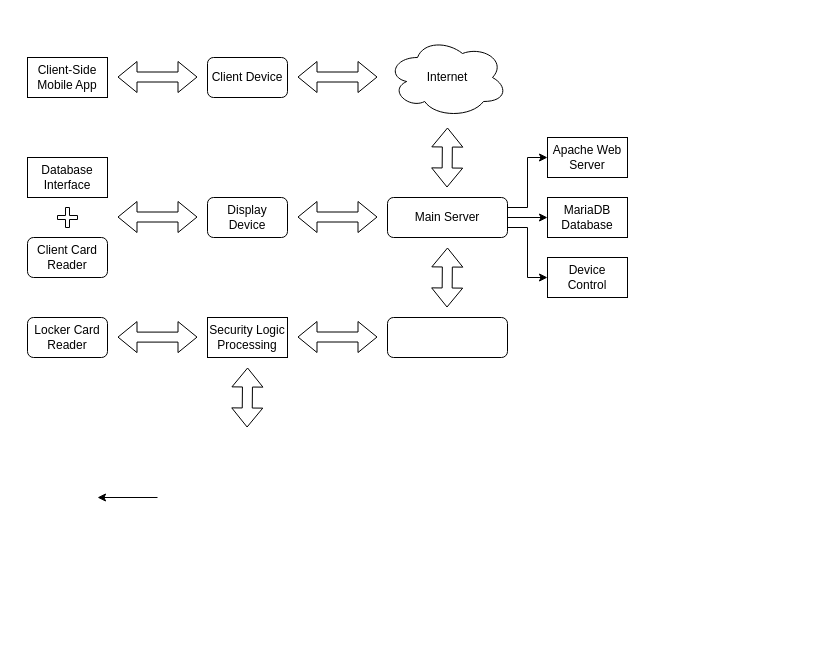
vchuuba/realeGugoal keeps this draw.io diagram as Diagramme sans nom.drawio. Above is the earlier version. Source tidied: cells renumbered, new cells numbered last; positions are measured from the earlier drawing's top-left corner, leaving out a move shared by most shapes. Both pictures are drawn from the tidied source at 100%, with x=0, y=0 at pixel (27, 37).
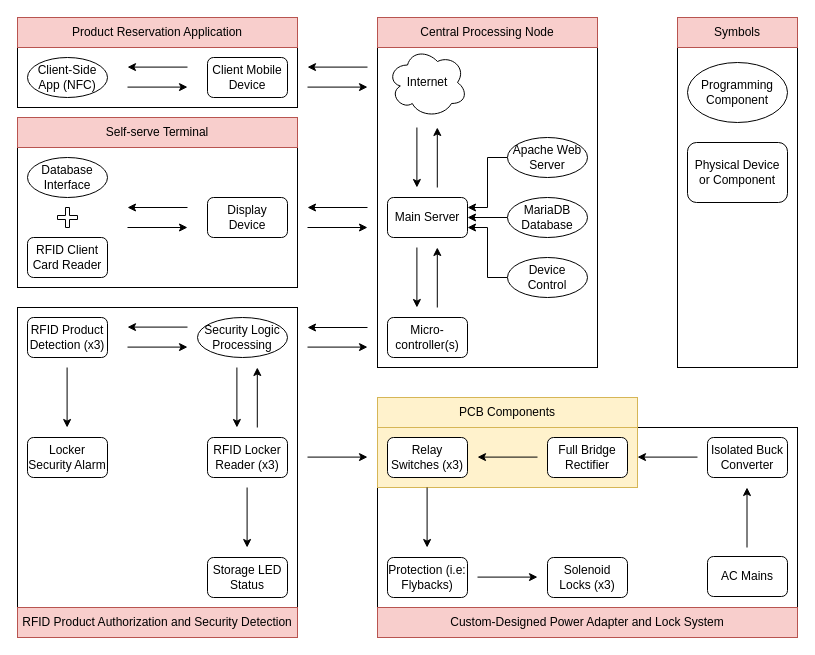
The same page after the edit.

Commit message:
Mettre à jour Diagramme sans nom.drawio

The edit, as a diff of the source:
```diff
@@
+    <mxCell id="29" style="rounded=0;whiteSpace=wrap;html=1;" parent="1" vertex="1">
+      <mxGeometry x="650" y="10" width="120" height="320" as="geometry" />
+    </mxCell>
+    <mxCell id="30" style="rounded=0;whiteSpace=wrap;html=1;" parent="1" vertex="1">
+      <mxGeometry x="350" y="390" width="420" height="180" as="geometry" />
+    </mxCell>
+    <mxCell id="31" style="rounded=0;whiteSpace=wrap;html=1;fillColor=#fff2cc;strokeColor=#d6b656;" parent="1" vertex="1">
+      <mxGeometry x="350" y="390" width="260" height="60" as="geometry" />
+    </mxCell>
+    <mxCell id="32" style="rounded=0;whiteSpace=wrap;html=1;" parent="1" vertex="1">
+      <mxGeometry x="350" y="10" width="220" height="320" as="geometry" />
+    </mxCell>
+    <mxCell id="33" style="rounded=0;whiteSpace=wrap;html=1;" parent="1" vertex="1">
+      <mxGeometry x="-10" y="270" width="280" height="300" as="geometry" />
+    </mxCell>
+    <mxCell id="34" style="rounded=0;whiteSpace=wrap;html=1;" parent="1" vertex="1">
+      <mxGeometry x="-10" y="110" width="280" height="140" as="geometry" />
+    </mxCell>
+    <mxCell id="35" style="rounded=0;whiteSpace=wrap;html=1;" parent="1" vertex="1">
+      <mxGeometry x="-10" y="10" width="280" height="60" as="geometry" />
+    </mxCell>
-    <mxCell id="2" value="Client Device" style="rounded=1;whiteSpace=wrap;html=1;" parent="1" vertex="1">
+    <mxCell id="2" value="Client Mobile Device" style="rounded=1;whiteSpace=wrap;html=1;" parent="1" vertex="1">
       <mxGeometry x="180" y="20" width="80" height="40" as="geometry" />
     </mxCell>
     <mxCell id="3" value="Internet" style="ellipse;shape=cloud;whiteSpace=wrap;html=1;" parent="1" vertex="1">
-      <mxGeometry x="360" width="120" height="80" as="geometry" />
+      <mxGeometry x="360" y="10" width="80" height="70" as="geometry" />
     </mxCell>
-    <mxCell id="4" style="shape=flexArrow;endArrow=classic;startArrow=classic;html=1;rounded=0;" parent="1" edge="1">
-      <mxGeometry relative="1" as="geometry">
-        <mxPoint x="270" y="39.5" as="sourcePoint" />
-        <mxPoint x="350" y="39.5" as="targetPoint" />
-      </mxGeometry>
-    </mxCell>
-    <mxCell id="5" style="shape=flexArrow;endArrow=classic;startArrow=classic;html=1;rounded=0;" parent="1" edge="1">
-      <mxGeometry relative="1" as="geometry">
-        <mxPoint x="419.5" y="150" as="sourcePoint" />
-        <mxPoint x="420" y="90" as="targetPoint" />
-      </mxGeometry>
-    </mxCell>
-    <mxCell id="6" style="edgeStyle=orthogonalEdgeStyle;rounded=0;jettySize=auto;html=1;" parent="1" edge="1" source="9" target="24">
-      <mxGeometry relative="1" as="geometry" />
-    </mxCell>
-    <mxCell id="7" style="edgeStyle=orthogonalEdgeStyle;rounded=0;jettySize=auto;html=1;exitX=1;exitY=0.25;exitDx=0;exitDy=0;entryX=0;entryY=0.5;entryDx=0;entryDy=0;" parent="1" edge="1" source="9" target="26">
-      <mxGeometry relative="1" as="geometry" />
-    </mxCell>
-    <mxCell id="8" style="edgeStyle=orthogonalEdgeStyle;rounded=0;jettySize=auto;html=1;exitX=1;exitY=0.75;exitDx=0;exitDy=0;entryX=0;entryY=0.5;entryDx=0;entryDy=0;" parent="1" edge="1" source="9" target="25">
-      <mxGeometry relative="1" as="geometry" />
-    </mxCell>
     <mxCell id="9" value="Main Server" style="rounded=1;whiteSpace=wrap;html=1;" parent="1" vertex="1">
-      <mxGeometry x="360" y="160" width="120" height="40" as="geometry" />
+      <mxGeometry x="360" y="160" width="80" height="40" as="geometry" />
     </mxCell>
-    <mxCell id="10" style="shape=flexArrow;endArrow=classic;startArrow=classic;html=1;rounded=0;" parent="1" edge="1">
-      <mxGeometry relative="1" as="geometry">
-        <mxPoint x="270" y="179.5" as="sourcePoint" />
-        <mxPoint x="350" y="179.5" as="targetPoint" />
-      </mxGeometry>
-    </mxCell>
@@
-    <mxCell id="12" value="&lt;div&gt;Client-Side&lt;/div&gt;&lt;div&gt;Mobile App&lt;/div&gt;" style="whiteSpace=wrap;html=1;" parent="1" vertex="1">
+    <mxCell id="12" value="&lt;div&gt;Client-Side&lt;/div&gt;&lt;div&gt;App (NFC)&lt;/div&gt;" style="ellipse;whiteSpace=wrap;html=1;" parent="1" vertex="1">
       <mxGeometry y="20" width="80" height="40" as="geometry" />
     </mxCell>
-    <mxCell id="13" style="shape=flexArrow;endArrow=classic;startArrow=classic;html=1;rounded=0;" parent="1" edge="1">
-      <mxGeometry relative="1" as="geometry">
-        <mxPoint x="90" y="39.5" as="sourcePoint" />
-        <mxPoint x="170" y="39.5" as="targetPoint" />
-      </mxGeometry>
-    </mxCell>
-    <mxCell id="14" style="shape=flexArrow;endArrow=classic;startArrow=classic;html=1;rounded=0;" parent="1" edge="1">
-      <mxGeometry relative="1" as="geometry">
-        <mxPoint x="90" y="179.5" as="sourcePoint" />
-        <mxPoint x="170" y="179.5" as="targetPoint" />
-      </mxGeometry>
-    </mxCell>
-    <mxCell id="15" value="Database Interface" style="whiteSpace=wrap;html=1;" parent="1" vertex="1">
+    <mxCell id="15" value="Database Interface" style="ellipse;whiteSpace=wrap;html=1;" parent="1" vertex="1">
       <mxGeometry y="120" width="80" height="40" as="geometry" />
     </mxCell>
-    <mxCell id="16" style="shape=flexArrow;endArrow=classic;startArrow=classic;html=1;rounded=0;" parent="1" edge="1">
-      <mxGeometry relative="1" as="geometry">
-        <mxPoint x="419.5" y="270" as="sourcePoint" />
-        <mxPoint x="420" y="210" as="targetPoint" />
-      </mxGeometry>
-    </mxCell>
-    <mxCell id="17" style="rounded=1;whiteSpace=wrap;html=1;" parent="1" vertex="1">
-      <mxGeometry x="360" y="280" width="120" height="40" as="geometry" />
+    <mxCell id="17" value="Micro-controller(s)" style="rounded=1;whiteSpace=wrap;html=1;" parent="1" vertex="1">
+      <mxGeometry x="360" y="280" width="80" height="40" as="geometry" />
     </mxCell>
-    <mxCell id="18" style="shape=flexArrow;endArrow=classic;startArrow=classic;html=1;rounded=0;" parent="1" edge="1">
-      <mxGeometry relative="1" as="geometry">
-        <mxPoint x="270" y="299.5" as="sourcePoint" />
-        <mxPoint x="350" y="299.5" as="targetPoint" />
-      </mxGeometry>
-    </mxCell>
-    <mxCell id="19" value="Security Logic Processing" style="whiteSpace=wrap;html=1;" parent="1" vertex="1">
-      <mxGeometry x="180" y="280" width="80" height="40" as="geometry" />
+    <mxCell id="19" value="Security Logic Processing" style="ellipse;whiteSpace=wrap;html=1;" parent="1" vertex="1">
+      <mxGeometry x="170" y="280" width="90" height="40" as="geometry" />
     </mxCell>
-    <mxCell id="20" value="Locker Card Reader" style="rounded=1;whiteSpace=wrap;html=1;" parent="1" vertex="1">
-      <mxGeometry y="280" width="80" height="40" as="geometry" />
+    <mxCell id="20" value="RFID Locker Reader (x3)" style="rounded=1;whiteSpace=wrap;html=1;" parent="1" vertex="1">
+      <mxGeometry x="180" y="400" width="80" height="40" as="geometry" />
     </mxCell>
-    <mxCell id="21" style="endArrow=classic;html=1;rounded=0;" parent="1" edge="1">
-      <mxGeometry relative="1" as="geometry">
-        <mxPoint x="130" y="460" as="sourcePoint" />
-        <mxPoint x="70" y="460" as="targetPoint" />
-      </mxGeometry>
-    </mxCell>
-    <mxCell id="22" value="Client Card Reader" style="rounded=1;whiteSpace=wrap;html=1;" parent="1" vertex="1">
+    <mxCell id="22" value="RFID Client Card Reader" style="rounded=1;whiteSpace=wrap;html=1;" parent="1" vertex="1">
       <mxGeometry y="200" width="80" height="40" as="geometry" />
     </mxCell>
@@
+    <mxCell id="36" style="edgeStyle=orthogonalEdgeStyle;rounded=0;jettySize=auto;html=1;exitX=0;exitY=0.5;exitDx=0;exitDy=0;entryX=1;entryY=0.5;entryDx=0;entryDy=0;" parent="1" edge="1" source="24" target="9">
+      <mxGeometry relative="1" as="geometry" />
+    </mxCell>
-    <mxCell id="24" value="MariaDB Database" style="whiteSpace=wrap;html=1;" parent="1" vertex="1">
-      <mxGeometry x="520" y="160" width="80" height="40" as="geometry" />
+    <mxCell id="24" value="MariaDB Database" style="ellipse;whiteSpace=wrap;html=1;" parent="1" vertex="1">
+      <mxGeometry x="480" y="160" width="80" height="40" as="geometry" />
     </mxCell>
+    <mxCell id="37" style="edgeStyle=orthogonalEdgeStyle;rounded=0;jettySize=auto;html=1;exitX=0;exitY=0.5;exitDx=0;exitDy=0;entryX=1;entryY=0.75;entryDx=0;entryDy=0;" parent="1" edge="1" source="25" target="9">
+      <mxGeometry relative="1" as="geometry" />
+    </mxCell>
-    <mxCell id="25" value="Device Control" style="whiteSpace=wrap;html=1;" parent="1" vertex="1">
-      <mxGeometry x="520" y="220" width="80" height="40" as="geometry" />
+    <mxCell id="25" value="Device Control" style="ellipse;whiteSpace=wrap;html=1;" parent="1" vertex="1">
+      <mxGeometry x="480" y="220" width="80" height="40" as="geometry" />
     </mxCell>
+    <mxCell id="38" style="edgeStyle=orthogonalEdgeStyle;rounded=0;jettySize=auto;html=1;exitX=0;exitY=0.5;exitDx=0;exitDy=0;entryX=1;entryY=0.25;entryDx=0;entryDy=0;" parent="1" edge="1" source="26" target="9">
+      <mxGeometry relative="1" as="geometry" />
+    </mxCell>
-    <mxCell id="26" value="Apache Web Server" style="whiteSpace=wrap;html=1;" parent="1" vertex="1">
-      <mxGeometry x="520" y="100" width="80" height="40" as="geometry" />
+    <mxCell id="26" value="Apache Web Server" style="ellipse;whiteSpace=wrap;html=1;" parent="1" vertex="1">
+      <mxGeometry x="480" y="100" width="80" height="40" as="geometry" />
     </mxCell>
-    <mxCell id="27" style="shape=flexArrow;endArrow=classic;startArrow=classic;html=1;rounded=0;" parent="1" edge="1">
-      <mxGeometry relative="1" as="geometry">
-        <mxPoint x="90" y="299.6" as="sourcePoint" />
-        <mxPoint x="170" y="299.6" as="targetPoint" />
-      </mxGeometry>
-    </mxCell>
-    <mxCell id="28" style="shape=flexArrow;endArrow=classic;startArrow=classic;html=1;rounded=0;" parent="1" edge="1">
-      <mxGeometry relative="1" as="geometry">
-        <mxPoint x="219.6" y="390" as="sourcePoint" />
-        <mxPoint x="220.1" y="330" as="targetPoint" />
-      </mxGeometry>
-    </mxCell>
+    <mxCell id="39" value="RFID Product Detection (x3)" style="rounded=1;whiteSpace=wrap;html=1;" parent="1" vertex="1">
+      <mxGeometry y="280" width="80" height="40" as="geometry" />
+    </mxCell>
+    <mxCell id="40" value="Locker Security Alarm" style="rounded=1;whiteSpace=wrap;html=1;" parent="1" vertex="1">
+      <mxGeometry y="400" width="80" height="40" as="geometry" />
+    </mxCell>
+    <mxCell id="41" style="endArrow=classic;html=1;rounded=0;" parent="1" edge="1">
+      <mxGeometry relative="1" as="geometry">
+        <mxPoint x="39.6" y="330" as="sourcePoint" />
+        <mxPoint x="39.6" y="390" as="targetPoint" />
+      </mxGeometry>
+    </mxCell>
+    <mxCell id="42" style="endArrow=classic;html=1;rounded=0;" parent="1" edge="1">
+      <mxGeometry relative="1" as="geometry">
+        <mxPoint x="280" y="419.6" as="sourcePoint" />
+        <mxPoint x="340" y="419.6" as="targetPoint" />
+      </mxGeometry>
+    </mxCell>
+    <mxCell id="43" style="endArrow=classic;html=1;rounded=0;" parent="1" edge="1">
+      <mxGeometry relative="1" as="geometry">
+        <mxPoint x="389.4" y="90" as="sourcePoint" />
+        <mxPoint x="389.4" y="150" as="targetPoint" />
+      </mxGeometry>
+    </mxCell>
+    <mxCell id="44" style="endArrow=classic;html=1;rounded=0;" parent="1" edge="1">
+      <mxGeometry relative="1" as="geometry">
+        <mxPoint x="409.8" y="150" as="sourcePoint" />
+        <mxPoint x="409.8" y="90" as="targetPoint" />
+      </mxGeometry>
+    </mxCell>
+    <mxCell id="45" style="endArrow=classic;html=1;rounded=0;" parent="1" edge="1">
+      <mxGeometry relative="1" as="geometry">
+        <mxPoint x="160" y="289.6" as="sourcePoint" />
+        <mxPoint x="100" y="289.6" as="targetPoint" />
+      </mxGeometry>
+    </mxCell>
+    <mxCell id="46" style="endArrow=classic;html=1;rounded=0;" parent="1" edge="1">
+      <mxGeometry relative="1" as="geometry">
+        <mxPoint x="100" y="309.6" as="sourcePoint" />
+        <mxPoint x="160" y="309.6" as="targetPoint" />
+      </mxGeometry>
+    </mxCell>
+    <mxCell id="47" style="endArrow=classic;html=1;rounded=0;" parent="1" edge="1">
+      <mxGeometry relative="1" as="geometry">
+        <mxPoint x="209.4" y="330" as="sourcePoint" />
+        <mxPoint x="209.4" y="390" as="targetPoint" />
+      </mxGeometry>
+    </mxCell>
+    <mxCell id="48" style="endArrow=classic;html=1;rounded=0;" parent="1" edge="1">
+      <mxGeometry relative="1" as="geometry">
+        <mxPoint x="229.8" y="390" as="sourcePoint" />
+        <mxPoint x="229.8" y="330" as="targetPoint" />
+      </mxGeometry>
+    </mxCell>
+    <mxCell id="49" style="endArrow=classic;html=1;rounded=0;" parent="1" edge="1">
+      <mxGeometry relative="1" as="geometry">
+        <mxPoint x="389.4" y="210" as="sourcePoint" />
+        <mxPoint x="389.4" y="270" as="targetPoint" />
+      </mxGeometry>
+    </mxCell>
+    <mxCell id="50" style="endArrow=classic;html=1;rounded=0;" parent="1" edge="1">
+      <mxGeometry relative="1" as="geometry">
+        <mxPoint x="409.8" y="270" as="sourcePoint" />
+        <mxPoint x="409.8" y="210" as="targetPoint" />
+      </mxGeometry>
+    </mxCell>
+    <mxCell id="51" style="endArrow=classic;html=1;rounded=0;" parent="1" edge="1">
+      <mxGeometry relative="1" as="geometry">
+        <mxPoint x="340" y="170" as="sourcePoint" />
+        <mxPoint x="280" y="170" as="targetPoint" />
+      </mxGeometry>
+    </mxCell>
+    <mxCell id="52" style="endArrow=classic;html=1;rounded=0;" parent="1" edge="1">
+      <mxGeometry relative="1" as="geometry">
+        <mxPoint x="280" y="190" as="sourcePoint" />
+        <mxPoint x="340" y="190" as="targetPoint" />
+      </mxGeometry>
+    </mxCell>
+    <mxCell id="53" style="endArrow=classic;html=1;rounded=0;" parent="1" edge="1">
+      <mxGeometry relative="1" as="geometry">
+        <mxPoint x="160" y="170" as="sourcePoint" />
+        <mxPoint x="100" y="170" as="targetPoint" />
+      </mxGeometry>
+    </mxCell>
+    <mxCell id="54" style="endArrow=classic;html=1;rounded=0;" parent="1" edge="1">
+      <mxGeometry relative="1" as="geometry">
+        <mxPoint x="100" y="190" as="sourcePoint" />
+        <mxPoint x="160" y="190" as="targetPoint" />
+      </mxGeometry>
+    </mxCell>
+    <mxCell id="55" style="endArrow=classic;html=1;rounded=0;" parent="1" edge="1">
+      <mxGeometry relative="1" as="geometry">
+        <mxPoint x="280" y="309.6" as="sourcePoint" />
+        <mxPoint x="340" y="309.6" as="targetPoint" />
+      </mxGeometry>
+    </mxCell>
+    <mxCell id="56" style="endArrow=classic;html=1;rounded=0;" parent="1" edge="1">
+      <mxGeometry relative="1" as="geometry">
+        <mxPoint x="160" y="29.6" as="sourcePoint" />
+        <mxPoint x="100" y="29.6" as="targetPoint" />
+      </mxGeometry>
+    </mxCell>
+    <mxCell id="57" style="endArrow=classic;html=1;rounded=0;" parent="1" edge="1">
+      <mxGeometry relative="1" as="geometry">
+        <mxPoint x="100" y="49.6" as="sourcePoint" />
+        <mxPoint x="160" y="49.6" as="targetPoint" />
+      </mxGeometry>
+    </mxCell>
+    <mxCell id="58" style="endArrow=classic;html=1;rounded=0;" parent="1" edge="1">
+      <mxGeometry relative="1" as="geometry">
+        <mxPoint x="340" y="29.6" as="sourcePoint" />
+        <mxPoint x="280" y="29.6" as="targetPoint" />
+      </mxGeometry>
+    </mxCell>
+    <mxCell id="59" style="endArrow=classic;html=1;rounded=0;" parent="1" edge="1">
+      <mxGeometry relative="1" as="geometry">
+        <mxPoint x="280" y="49.6" as="sourcePoint" />
+        <mxPoint x="340" y="49.6" as="targetPoint" />
+      </mxGeometry>
+    </mxCell>
+    <mxCell id="60" value="Relay Switches (x3)" style="rounded=1;whiteSpace=wrap;html=1;" parent="1" vertex="1">
+      <mxGeometry x="360" y="400" width="80" height="40" as="geometry" />
+    </mxCell>
+    <mxCell id="61" value="&lt;div&gt;Solenoid Locks (x3)&lt;/div&gt;" style="rounded=1;whiteSpace=wrap;html=1;" parent="1" vertex="1">
+      <mxGeometry x="520" y="520" width="80" height="40" as="geometry" />
+    </mxCell>
+    <mxCell id="62" value="Storage LED Status" style="rounded=1;whiteSpace=wrap;html=1;" parent="1" vertex="1">
+      <mxGeometry x="180" y="520" width="80" height="40" as="geometry" />
+    </mxCell>
+    <mxCell id="63" style="endArrow=classic;html=1;rounded=0;" parent="1" edge="1">
+      <mxGeometry relative="1" as="geometry">
+        <mxPoint x="219.6" y="450" as="sourcePoint" />
+        <mxPoint x="219.6" y="510" as="targetPoint" />
+      </mxGeometry>
+    </mxCell>
+    <mxCell id="64" style="endArrow=classic;html=1;rounded=0;" parent="1" edge="1">
+      <mxGeometry relative="1" as="geometry">
+        <mxPoint x="340" y="290" as="sourcePoint" />
+        <mxPoint x="280" y="290" as="targetPoint" />
+      </mxGeometry>
+    </mxCell>
+    <mxCell id="65" style="endArrow=classic;html=1;rounded=0;" parent="1" edge="1">
+      <mxGeometry relative="1" as="geometry">
+        <mxPoint x="510" y="419.6" as="sourcePoint" />
+        <mxPoint x="450" y="419.6" as="targetPoint" />
+      </mxGeometry>
+    </mxCell>
+    <mxCell id="66" value="Full Bridge Rectifier" style="rounded=1;whiteSpace=wrap;html=1;" parent="1" vertex="1">
+      <mxGeometry x="520" y="400" width="80" height="40" as="geometry" />
+    </mxCell>
+    <mxCell id="67" style="endArrow=classic;html=1;rounded=0;" parent="1" edge="1">
+      <mxGeometry relative="1" as="geometry">
+        <mxPoint x="670" y="419.6" as="sourcePoint" />
+        <mxPoint x="610" y="419.6" as="targetPoint" />
+      </mxGeometry>
+    </mxCell>
+    <mxCell id="68" value="Isolated Buck Converter" style="rounded=1;whiteSpace=wrap;html=1;" parent="1" vertex="1">
+      <mxGeometry x="680" y="400" width="80" height="40" as="geometry" />
+    </mxCell>
+    <mxCell id="69" value="AC Mains" style="rounded=1;whiteSpace=wrap;html=1;" parent="1" vertex="1">
+      <mxGeometry x="680" y="519" width="80" height="40" as="geometry" />
+    </mxCell>
+    <mxCell id="70" value="Protection (i.e: Flybacks)" style="rounded=1;whiteSpace=wrap;html=1;" parent="1" vertex="1">
+      <mxGeometry x="360" y="520" width="80" height="40" as="geometry" />
+    </mxCell>
+    <mxCell id="71" style="endArrow=classic;html=1;rounded=0;" parent="1" edge="1">
+      <mxGeometry relative="1" as="geometry">
+        <mxPoint x="450" y="539.6" as="sourcePoint" />
+        <mxPoint x="510" y="539.6" as="targetPoint" />
+      </mxGeometry>
+    </mxCell>
+    <mxCell id="72" style="endArrow=classic;html=1;rounded=0;" parent="1" edge="1">
+      <mxGeometry relative="1" as="geometry">
+        <mxPoint x="719.5" y="510" as="sourcePoint" />
+        <mxPoint x="719.5" y="450" as="targetPoint" />
+      </mxGeometry>
+    </mxCell>
+    <mxCell id="73" value="Product Reservation Application" style="text;html=1;whiteSpace=wrap;strokeColor=#b85450;fillColor=#f8cecc;align=center;verticalAlign=middle;rounded=0;" parent="1" vertex="1">
+      <mxGeometry x="-10" y="-20" width="280" height="30" as="geometry" />
+    </mxCell>
+    <mxCell id="74" value="Self-serve Terminal" style="text;html=1;whiteSpace=wrap;strokeColor=#b85450;fillColor=#f8cecc;align=center;verticalAlign=middle;rounded=0;" parent="1" vertex="1">
+      <mxGeometry x="-10" y="80" width="280" height="30" as="geometry" />
+    </mxCell>
+    <mxCell id="75" value="RFID Product Authorization and Security Detection" style="text;html=1;whiteSpace=wrap;strokeColor=#b85450;fillColor=#f8cecc;align=center;verticalAlign=middle;rounded=0;" parent="1" vertex="1">
+      <mxGeometry x="-10" y="570" width="280" height="30" as="geometry" />
+    </mxCell>
+    <mxCell id="76" value="Custom-Designed Power Adapter and Lock System" style="text;html=1;whiteSpace=wrap;strokeColor=#b85450;fillColor=#f8cecc;align=center;verticalAlign=middle;rounded=0;" parent="1" vertex="1">
+      <mxGeometry x="350" y="570" width="420" height="30" as="geometry" />
+    </mxCell>
+    <mxCell id="77" value="Central Processing Node" style="text;html=1;whiteSpace=wrap;strokeColor=#b85450;fillColor=#f8cecc;align=center;verticalAlign=middle;rounded=0;" parent="1" vertex="1">
+      <mxGeometry x="350" y="-20" width="220" height="30" as="geometry" />
+    </mxCell>
+    <mxCell id="78" style="endArrow=classic;html=1;rounded=0;" parent="1" edge="1">
+      <mxGeometry relative="1" as="geometry">
+        <mxPoint x="399.6" y="450" as="sourcePoint" />
+        <mxPoint x="399.6" y="510" as="targetPoint" />
+      </mxGeometry>
+    </mxCell>
+    <mxCell id="79" value="PCB Components" style="text;html=1;whiteSpace=wrap;strokeColor=#d6b656;fillColor=#fff2cc;align=center;verticalAlign=middle;rounded=0;" parent="1" vertex="1">
+      <mxGeometry x="350" y="360" width="260" height="30" as="geometry" />
+    </mxCell>
+    <mxCell id="80" value="Programming Component" style="ellipse;whiteSpace=wrap;html=1;" parent="1" vertex="1">
+      <mxGeometry x="660" y="25" width="100" height="60" as="geometry" />
+    </mxCell>
+    <mxCell id="81" value="Physical Device or Component" style="rounded=1;whiteSpace=wrap;html=1;" parent="1" vertex="1">
+      <mxGeometry x="660" y="105" width="100" height="60" as="geometry" />
+    </mxCell>
+    <mxCell id="82" value="Symbols" style="text;html=1;whiteSpace=wrap;strokeColor=#b85450;fillColor=#f8cecc;align=center;verticalAlign=middle;rounded=0;" parent="1" vertex="1">
+      <mxGeometry x="650" y="-20" width="120" height="30" as="geometry" />
+    </mxCell>
```
